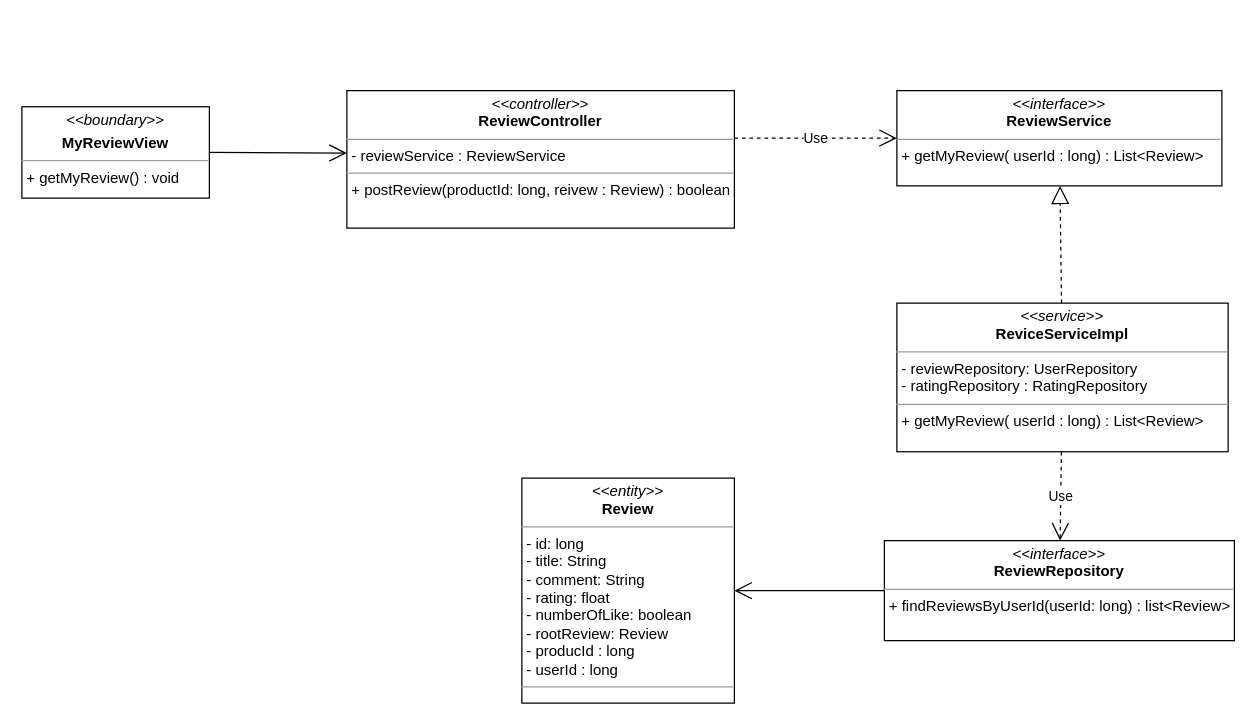
This is class diagram/view-myReview-class-diagram.drawio from nguyenphamvan/datn_20202, a draw.io file, before an edit. Source tidied: cells renumbered, new cells numbered last; positions are measured from the earlier drawing's top-left corner, leaving out a move shared by most shapes. Both pictures are drawn from the tidied source at 125%, with x=0, y=0 at pixel (21, 90).
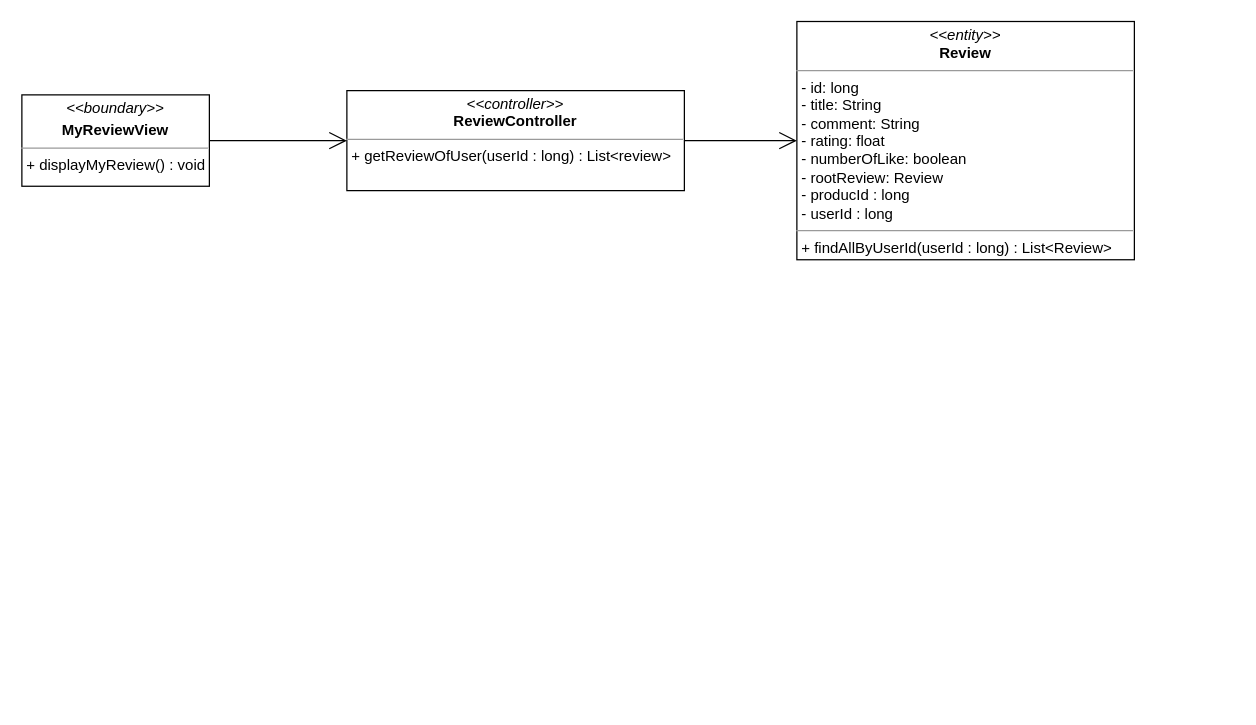
After the change.

Diff of the diagram source:
```diff
@@
 <mxGraphModel>
   <root>
     <mxCell id="0" />
     <mxCell id="1" parent="0" />
-    <mxCell id="2" value="&lt;p style=&quot;margin: 0px ; margin-top: 4px ; text-align: center&quot;&gt;&lt;i&gt;&amp;lt;&amp;lt;boundary&amp;gt;&amp;gt;&lt;/i&gt;&lt;/p&gt;&lt;p style=&quot;margin: 0px ; margin-top: 4px ; text-align: center&quot;&gt;&lt;b&gt;MyReviewView&lt;/b&gt;&lt;/p&gt;&lt;hr size=&quot;1&quot;&gt;&lt;p style=&quot;margin: 0px ; margin-left: 4px&quot;&gt;&lt;span&gt;+ getMyReview() : void&lt;/span&gt;&lt;br&gt;&lt;/p&gt;" style="verticalAlign=top;align=left;overflow=fill;fontSize=12;fontFamily=Helvetica;html=1;" parent="1" vertex="1">
-      <mxGeometry y="12.9" width="150" height="73.1" as="geometry" />
+    <mxCell id="2" value="&lt;p style=&quot;margin: 0px ; margin-top: 4px ; text-align: center&quot;&gt;&lt;i&gt;&amp;lt;&amp;lt;boundary&amp;gt;&amp;gt;&lt;/i&gt;&lt;/p&gt;&lt;p style=&quot;margin: 0px ; margin-top: 4px ; text-align: center&quot;&gt;&lt;b&gt;MyReviewView&lt;/b&gt;&lt;/p&gt;&lt;hr size=&quot;1&quot;&gt;&lt;p style=&quot;margin: 0px ; margin-left: 4px&quot;&gt;&lt;span&gt;+ displayMyReview() : void&lt;/span&gt;&lt;br&gt;&lt;/p&gt;" style="verticalAlign=top;align=left;overflow=fill;fontSize=12;fontFamily=Helvetica;html=1;" parent="1" vertex="1">
+      <mxGeometry y="3.4" width="150" height="73.1" as="geometry" />
     </mxCell>
-    <mxCell id="3" style="endArrow=open;endFill=1;endSize=12;html=1;exitX=1;exitY=0.5;exitDx=0;exitDy=0;" parent="1" edge="1" source="2">
-      <mxGeometry relative="1" as="geometry">
-        <mxPoint x="260" y="50" as="targetPoint" />
-      </mxGeometry>
+    <mxCell id="3" style="endArrow=open;endFill=1;endSize=12;html=1;exitX=1;exitY=0.5;exitDx=0;exitDy=0;entryX=0;entryY=0.5;entryDx=0;entryDy=0;" parent="1" edge="1" source="2" target="6">
+      <mxGeometry relative="1" as="geometry" />
     </mxCell>
-    <mxCell id="4" value="&lt;p style=&quot;margin: 0px ; margin-top: 4px ; text-align: center&quot;&gt;&lt;i&gt;&amp;lt;&amp;lt;interface&amp;gt;&amp;gt;&lt;/i&gt;&lt;br&gt;&lt;b&gt;ReviewService&lt;/b&gt;&lt;/p&gt;&lt;hr size=&quot;1&quot;&gt;&lt;p style=&quot;margin: 0px ; margin-left: 4px&quot;&gt;+ getMyReview( userId : long) : List&amp;lt;Review&amp;gt;&lt;br&gt;&lt;/p&gt;" style="verticalAlign=top;align=left;overflow=fill;fontSize=12;fontFamily=Helvetica;html=1;" parent="1" vertex="1">
-      <mxGeometry x="700" width="260" height="76.2" as="geometry" />
-    </mxCell>
-    <mxCell id="5" value="&lt;p style=&quot;margin: 0px ; margin-top: 4px ; text-align: center&quot;&gt;&lt;i&gt;&amp;lt;&amp;lt;entity&amp;gt;&amp;gt;&lt;/i&gt;&lt;br&gt;&lt;b&gt;Review&lt;/b&gt;&lt;/p&gt;&lt;hr size=&quot;1&quot;&gt;&lt;p style=&quot;margin: 0px ; margin-left: 4px&quot;&gt;- id: long&lt;/p&gt;&lt;p style=&quot;margin: 0px ; margin-left: 4px&quot;&gt;- title: String&lt;br&gt;- comment: String&lt;/p&gt;&lt;p style=&quot;margin: 0px ; margin-left: 4px&quot;&gt;- rating: float&lt;/p&gt;&lt;p style=&quot;margin: 0px ; margin-left: 4px&quot;&gt;- numberOfLike: boolean&lt;/p&gt;&lt;p style=&quot;margin: 0px ; margin-left: 4px&quot;&gt;- rootReview: Review&lt;/p&gt;&lt;p style=&quot;margin: 0px ; margin-left: 4px&quot;&gt;- producId : long&lt;/p&gt;&lt;p style=&quot;margin: 0px ; margin-left: 4px&quot;&gt;- userId : long&lt;/p&gt;&lt;hr size=&quot;1&quot;&gt;&lt;p style=&quot;margin: 0px ; margin-left: 4px&quot;&gt;&lt;br&gt;&lt;/p&gt;" style="verticalAlign=top;align=left;overflow=fill;fontSize=12;fontFamily=Helvetica;html=1;" parent="1" vertex="1">
-      <mxGeometry x="400" y="310" width="170" height="180" as="geometry" />
+    <mxCell id="5" value="&lt;p style=&quot;margin: 0px ; margin-top: 4px ; text-align: center&quot;&gt;&lt;i&gt;&amp;lt;&amp;lt;entity&amp;gt;&amp;gt;&lt;/i&gt;&lt;br&gt;&lt;b&gt;Review&lt;/b&gt;&lt;/p&gt;&lt;hr size=&quot;1&quot;&gt;&lt;p style=&quot;margin: 0px ; margin-left: 4px&quot;&gt;- id: long&lt;/p&gt;&lt;p style=&quot;margin: 0px ; margin-left: 4px&quot;&gt;- title: String&lt;br&gt;- comment: String&lt;/p&gt;&lt;p style=&quot;margin: 0px ; margin-left: 4px&quot;&gt;- rating: float&lt;/p&gt;&lt;p style=&quot;margin: 0px ; margin-left: 4px&quot;&gt;- numberOfLike: boolean&lt;/p&gt;&lt;p style=&quot;margin: 0px ; margin-left: 4px&quot;&gt;- rootReview: Review&lt;/p&gt;&lt;p style=&quot;margin: 0px ; margin-left: 4px&quot;&gt;- producId : long&lt;/p&gt;&lt;p style=&quot;margin: 0px ; margin-left: 4px&quot;&gt;- userId : long&lt;/p&gt;&lt;hr size=&quot;1&quot;&gt;&lt;p style=&quot;margin: 0px ; margin-left: 4px&quot;&gt;+ findAllByUserId(userId : long) : List&amp;lt;Review&amp;gt;&lt;/p&gt;" style="verticalAlign=top;align=left;overflow=fill;fontSize=12;fontFamily=Helvetica;html=1;" parent="1" vertex="1">
+      <mxGeometry x="620" y="-55.3" width="270" height="190.6" as="geometry" />
     </mxCell>
-    <mxCell id="6" value="&lt;p style=&quot;margin: 0px ; margin-top: 4px ; text-align: center&quot;&gt;&lt;i&gt;&amp;lt;&amp;lt;controller&amp;gt;&amp;gt;&lt;/i&gt;&lt;br&gt;&lt;b&gt;ReviewController&lt;/b&gt;&lt;br&gt;&lt;/p&gt;&lt;hr size=&quot;1&quot;&gt;&lt;p style=&quot;margin: 0px ; margin-left: 4px&quot;&gt;- reviewService : ReviewService&lt;/p&gt;&lt;hr size=&quot;1&quot;&gt;&lt;p style=&quot;margin: 0px ; margin-left: 4px&quot;&gt;+ postReview(productId: long, reivew : Review) : boolean&lt;/p&gt;" style="verticalAlign=top;align=left;overflow=fill;fontSize=12;fontFamily=Helvetica;html=1;" parent="1" vertex="1">
-      <mxGeometry x="260" width="310" height="110" as="geometry" />
+    <mxCell id="6" value="&lt;p style=&quot;margin: 0px ; margin-top: 4px ; text-align: center&quot;&gt;&lt;i&gt;&amp;lt;&amp;lt;controller&amp;gt;&amp;gt;&lt;/i&gt;&lt;br&gt;&lt;b&gt;ReviewController&lt;/b&gt;&lt;/p&gt;&lt;hr size=&quot;1&quot;&gt;&lt;p style=&quot;margin: 0px ; margin-left: 4px&quot;&gt;+ getReviewOfUser(userId : long) : List&amp;lt;review&amp;gt;&lt;/p&gt;" style="verticalAlign=top;align=left;overflow=fill;fontSize=12;fontFamily=Helvetica;html=1;" parent="1" vertex="1">
+      <mxGeometry x="260" width="270" height="80" as="geometry" />
     </mxCell>
-    <mxCell id="7" value="&lt;p style=&quot;margin: 0px ; margin-top: 4px ; text-align: center&quot;&gt;&lt;i&gt;&amp;lt;&amp;lt;service&amp;gt;&amp;gt;&lt;/i&gt;&lt;br&gt;&lt;b&gt;ReviceServiceImpl&lt;/b&gt;&lt;br&gt;&lt;/p&gt;&lt;hr size=&quot;1&quot;&gt;&lt;p style=&quot;margin: 0px ; margin-left: 4px&quot;&gt;- reviewRepository: UserRepository&lt;/p&gt;&lt;p style=&quot;margin: 0px ; margin-left: 4px&quot;&gt;- ratingRepository : RatingRepository&lt;/p&gt;&lt;hr size=&quot;1&quot;&gt;&lt;p style=&quot;margin: 0px ; margin-left: 4px&quot;&gt;+ getMyReview( userId : long) : List&amp;lt;Review&amp;gt;&lt;/p&gt;" style="verticalAlign=top;align=left;overflow=fill;fontSize=12;fontFamily=Helvetica;html=1;" parent="1" vertex="1">
-      <mxGeometry x="700" y="170" width="265" height="118.9" as="geometry" />
-    </mxCell>
-    <mxCell id="8" style="endArrow=block;dashed=1;endFill=0;endSize=12;html=1;strokeColor=#000000;" parent="1" edge="1" source="7" target="4">
-      <mxGeometry relative="1" as="geometry" />
-    </mxCell>
-    <mxCell id="9" value="Use" style="endArrow=open;endSize=12;dashed=1;html=1;strokeColor=#000000;edgeStyle=orthogonalEdgeStyle;" parent="1" edge="1" source="6" target="4">
-      <mxGeometry relative="1" as="geometry">
-        <Array as="points">
-          <mxPoint x="640" y="38" />
-          <mxPoint x="640" y="38" />
-        </Array>
-      </mxGeometry>
-    </mxCell>
-    <mxCell id="10" value="&lt;p style=&quot;margin: 0px ; margin-top: 4px ; text-align: center&quot;&gt;&lt;i&gt;&amp;lt;&amp;lt;interface&amp;gt;&amp;gt;&lt;/i&gt;&lt;br&gt;&lt;b&gt;ReviewRepository&lt;/b&gt;&lt;/p&gt;&lt;hr size=&quot;1&quot;&gt;&lt;p style=&quot;margin: 0px ; margin-left: 4px&quot;&gt;&lt;span&gt;+ findReviewsByUserId(userId: long) : list&amp;lt;Review&amp;gt;&lt;/span&gt;&lt;br&gt;&lt;/p&gt;" style="verticalAlign=top;align=left;overflow=fill;fontSize=12;fontFamily=Helvetica;html=1;" parent="1" vertex="1">
-      <mxGeometry x="690" y="360" width="280" height="80" as="geometry" />
-    </mxCell>
-    <mxCell id="11" value="Use" style="endArrow=open;endSize=12;dashed=1;html=1;strokeColor=#000000;" parent="1" edge="1" source="7" target="10">
-      <mxGeometry relative="1" as="geometry" />
-    </mxCell>
-    <mxCell id="12" style="endArrow=open;endFill=1;endSize=12;html=1;strokeColor=#000000;entryX=1;entryY=0.5;entryDx=0;entryDy=0;" parent="1" edge="1" source="10" target="5">
-      <mxGeometry relative="1" as="geometry" />
-    </mxCell>
+    <mxCell id="13" style="endArrow=open;endFill=1;endSize=12;html=1;" parent="1" edge="1" source="6" target="5">
+      <mxGeometry relative="1" as="geometry" />
+    </mxCell>
   </root>
 </mxGraphModel>
```
